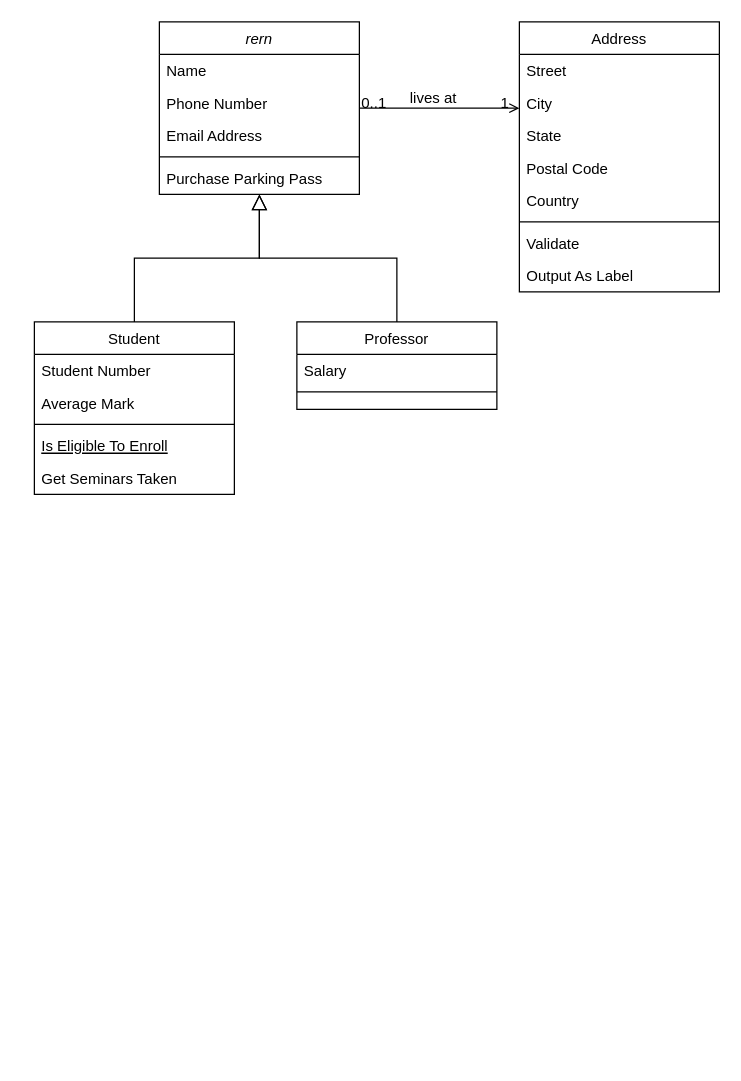
JZane21/Framework-for-system-design-interviews keeps this draw.io diagram as system_design_DB.drawio. Above is the earlier version. Source tidied: cells renumbered, new cells numbered last; positions are measured from the earlier drawing's top-left corner, leaving out a move shared by most shapes. Both pictures are drawn from the tidied source at 125%, with x=0, y=0 at pixel (34, 21).
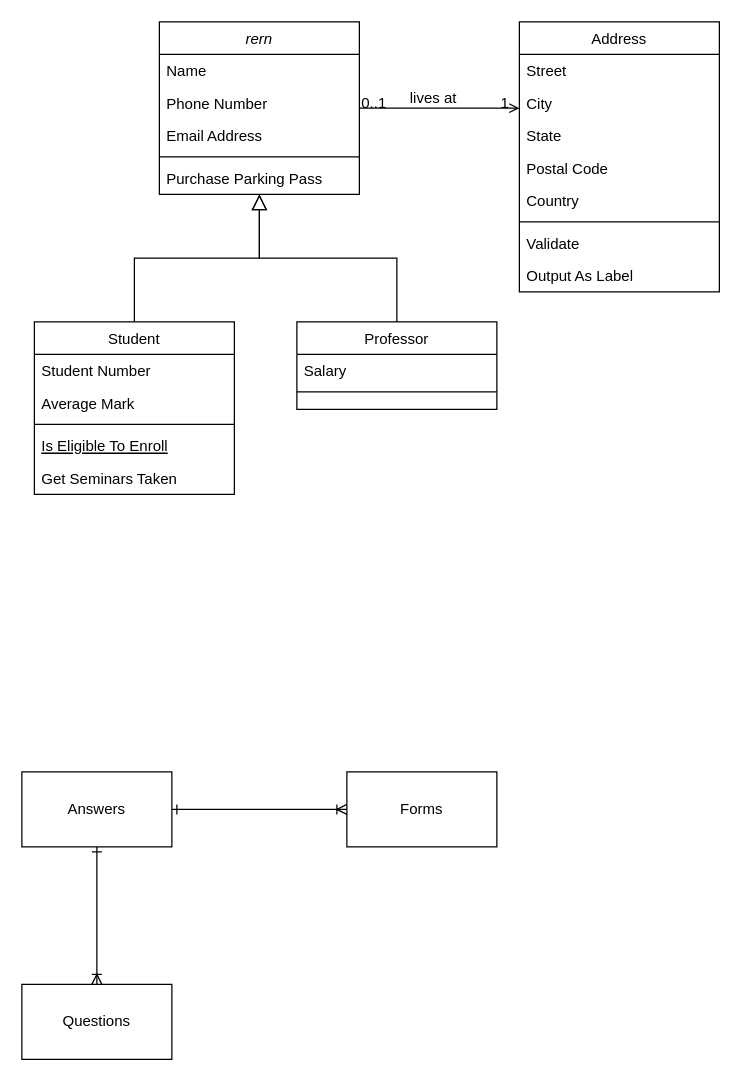
The same page after the edit.

The edit, as a diff of the source:
```diff
@@
+    <mxCell id="32" value="Forms" style="rounded=0;whiteSpace=wrap;html=1;" parent="1" vertex="1">
+      <mxGeometry x="250" y="600" width="120" height="60" as="geometry" />
+    </mxCell>
+    <mxCell id="33" value="Questions" style="rounded=0;whiteSpace=wrap;html=1;" parent="1" vertex="1">
+      <mxGeometry x="-10" y="770" width="120" height="60" as="geometry" />
+    </mxCell>
+    <mxCell id="34" style="edgeStyle=orthogonalEdgeStyle;rounded=0;jettySize=auto;html=1;entryX=0;entryY=0.5;entryDx=0;entryDy=0;endArrow=ERoneToMany;endFill=0;startArrow=ERone;startFill=0;" parent="1" edge="1" source="35" target="32">
+      <mxGeometry relative="1" as="geometry" />
+    </mxCell>
+    <mxCell id="35" value="Answers" style="rounded=0;whiteSpace=wrap;html=1;" parent="1" vertex="1">
+      <mxGeometry x="-10" y="600" width="120" height="60" as="geometry" />
+    </mxCell>
+    <mxCell id="36" style="edgeStyle=orthogonalEdgeStyle;rounded=0;jettySize=auto;html=1;entryX=0.5;entryY=0;entryDx=0;entryDy=0;endArrow=ERoneToMany;endFill=0;startArrow=ERone;startFill=0;" parent="1" edge="1" source="35" target="33">
+      <mxGeometry relative="1" as="geometry" />
+    </mxCell>
```
